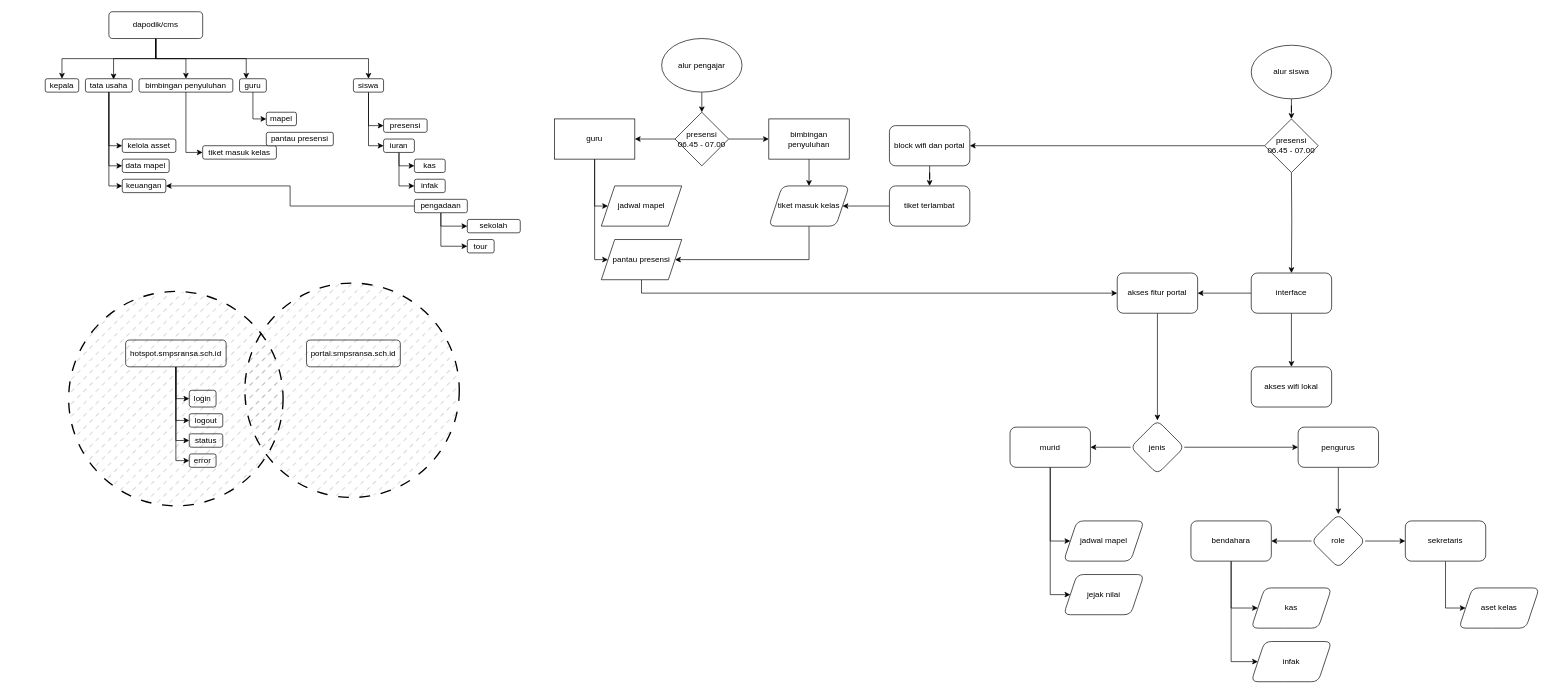
Above: Diagram Tanpa Judul.drawio in saristek/portal (draw.io), before the change. Source tidied: cells renumbered, new cells numbered last; positions are measured from the earlier drawing's top-left corner, leaving out a move shared by most shapes. Both pictures are drawn from the tidied source at 67%, with x=0, y=0 at pixel (45, 11).
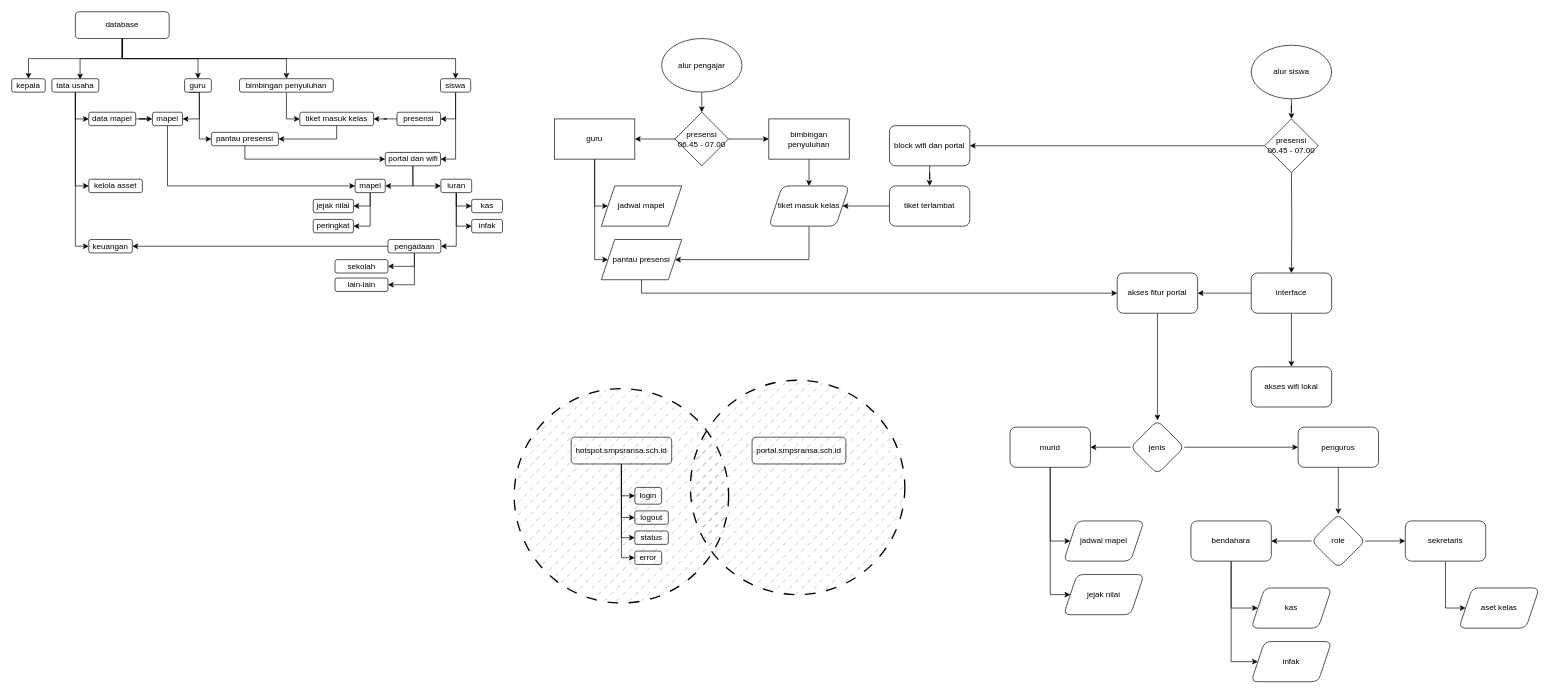
Above is the later version.

Diff of the diagram source:
```diff
@@
     <mxCell id="2" value="portal.smpsransa.sch.id" style="rounded=1;whiteSpace=wrap;html=1;" parent="1" vertex="1">
-      <mxGeometry x="390" y="490" width="140" height="40" as="geometry" />
+      <mxGeometry x="1055" y="635" width="140" height="40" as="geometry" />
     </mxCell>
@@
     <mxCell id="7" value="hotspot.smpsransa.sch.id" style="rounded=1;whiteSpace=wrap;html=1;" parent="1" vertex="1">
-      <mxGeometry x="120" y="490" width="150" height="40" as="geometry" />
+      <mxGeometry x="785" y="635" width="150" height="40" as="geometry" />
     </mxCell>
     <mxCell id="8" value="login" style="rounded=1;whiteSpace=wrap;html=1;" parent="1" vertex="1">
-      <mxGeometry x="215" y="565" width="40" height="25" as="geometry" />
+      <mxGeometry x="880" y="710" width="40" height="25" as="geometry" />
     </mxCell>
     <mxCell id="9" value="logout" style="rounded=1;whiteSpace=wrap;html=1;" parent="1" vertex="1">
-      <mxGeometry x="215" y="600" width="50" height="20" as="geometry" />
+      <mxGeometry x="880" y="745" width="50" height="20" as="geometry" />
     </mxCell>
     <mxCell id="10" value="status" style="rounded=1;whiteSpace=wrap;html=1;" parent="1" vertex="1">
-      <mxGeometry x="215" y="630" width="50" height="20" as="geometry" />
+      <mxGeometry x="880" y="775" width="50" height="20" as="geometry" />
     </mxCell>
     <mxCell id="11" value="error" style="rounded=1;whiteSpace=wrap;html=1;" parent="1" vertex="1">
-      <mxGeometry x="215" y="660" width="40" height="20" as="geometry" />
+      <mxGeometry x="880" y="805" width="40" height="20" as="geometry" />
     </mxCell>
@@
-    <mxCell id="14" style="edgeStyle=orthogonalEdgeStyle;rounded=0;jettySize=auto;html=1;exitX=0.5;exitY=1;exitDx=0;exitDy=0;entryX=0.25;entryY=0;entryDx=0;entryDy=0;" parent="1" edge="1" source="16" target="21">
+    <mxCell id="14" style="edgeStyle=orthogonalEdgeStyle;rounded=0;jettySize=auto;html=1;exitX=0.5;exitY=1;exitDx=0;exitDy=0;entryX=0.5;entryY=0;entryDx=0;entryDy=0;" parent="1" edge="1" source="16" target="21">
       <mxGeometry relative="1" as="geometry" />
     </mxCell>
@@
-    <mxCell id="16" value="dapodik/cms" style="rounded=1;whiteSpace=wrap;html=1;" parent="1" vertex="1">
-      <mxGeometry x="95" width="140" height="40" as="geometry" />
+    <mxCell id="16" value="database" style="rounded=1;whiteSpace=wrap;html=1;" parent="1" vertex="1">
+      <mxGeometry x="45" width="140" height="40" as="geometry" />
     </mxCell>
-    <mxCell id="17" style="group;" parent="1" vertex="1">
-      <mxGeometry y="100" width="330" height="20" as="geometry" />
-    </mxCell>
-    <mxCell id="18" value="kepala" style="rounded=1;whiteSpace=wrap;html=1;" parent="17" vertex="1">
-      <mxGeometry width="50" height="20" as="geometry" />
-    </mxCell>
-    <mxCell id="19" value="tata usaha" style="rounded=1;whiteSpace=wrap;html=1;" parent="17" vertex="1">
-      <mxGeometry x="60" width="70" height="20" as="geometry" />
-    </mxCell>
-    <mxCell id="20" value="bimbingan penyuluhan" style="rounded=1;whiteSpace=wrap;html=1;" parent="17" vertex="1">
-      <mxGeometry x="140" width="140" height="20" as="geometry" />
-    </mxCell>
-    <mxCell id="21" value="guru" style="rounded=1;whiteSpace=wrap;html=1;" parent="17" vertex="1">
-      <mxGeometry x="290" width="40" height="20" as="geometry" />
-    </mxCell>
+    <mxCell id="102" style="edgeStyle=orthogonalEdgeStyle;rounded=0;jettySize=auto;html=1;exitX=0.5;exitY=1;exitDx=0;exitDy=0;entryX=0;entryY=0.5;entryDx=0;entryDy=0;" parent="1" edge="1" source="22" target="116">
+      <mxGeometry relative="1" as="geometry" />
+    </mxCell>
     <mxCell id="22" value="mapel" style="rounded=1;whiteSpace=wrap;html=1;" parent="1" vertex="1">
-      <mxGeometry x="330" y="150" width="45" height="20" as="geometry" />
+      <mxGeometry x="160" y="150" width="45" height="20" as="geometry" />
     </mxCell>
-    <mxCell id="23" style="edgeStyle=orthogonalEdgeStyle;rounded=0;jettySize=auto;html=1;exitX=0.5;exitY=1;exitDx=0;exitDy=0;entryX=0;entryY=0.5;entryDx=0;entryDy=0;" parent="1" edge="1" source="25" target="29">
+    <mxCell id="23" style="edgeStyle=orthogonalEdgeStyle;rounded=0;jettySize=auto;html=1;exitX=0.5;exitY=1;exitDx=0;exitDy=0;entryX=1;entryY=0.5;entryDx=0;entryDy=0;" parent="1" edge="1" source="25" target="29">
       <mxGeometry relative="1" as="geometry" />
     </mxCell>
-    <mxCell id="24" style="edgeStyle=orthogonalEdgeStyle;rounded=0;jettySize=auto;html=1;exitX=0.5;exitY=1;exitDx=0;exitDy=0;entryX=0;entryY=0.5;entryDx=0;entryDy=0;" parent="1" edge="1" source="25" target="28">
-      <mxGeometry relative="1" as="geometry" />
-    </mxCell>
+    <mxCell id="103" style="edgeStyle=orthogonalEdgeStyle;rounded=0;jettySize=auto;html=1;exitX=0.5;exitY=1;exitDx=0;exitDy=0;entryX=1;entryY=0.5;entryDx=0;entryDy=0;" parent="1" edge="1" source="25" target="113">
+      <mxGeometry relative="1" as="geometry" />
+    </mxCell>
     <mxCell id="25" value="siswa" style="rounded=1;whiteSpace=wrap;html=1;" parent="1" vertex="1">
-      <mxGeometry x="460" y="100" width="45" height="20" as="geometry" />
+      <mxGeometry x="590" y="100" width="45" height="20" as="geometry" />
     </mxCell>
     <mxCell id="26" style="edgeStyle=orthogonalEdgeStyle;rounded=0;jettySize=auto;html=1;exitX=0.5;exitY=1;exitDx=0;exitDy=0;entryX=0;entryY=0.5;entryDx=0;entryDy=0;" parent="1" edge="1" source="28" target="92">
       <mxGeometry relative="1" as="geometry">
         <Array as="points">
-          <mxPoint x="528" y="230" />
+          <mxPoint x="613.5" y="290" />
         </Array>
       </mxGeometry>
     </mxCell>
@@
+    <mxCell id="104" style="edgeStyle=orthogonalEdgeStyle;rounded=0;jettySize=auto;html=1;exitX=0.5;exitY=1;exitDx=0;exitDy=0;entryX=1;entryY=0.5;entryDx=0;entryDy=0;" parent="1" edge="1" source="28" target="97">
+      <mxGeometry relative="1" as="geometry" />
+    </mxCell>
     <mxCell id="28" value="iuran" style="rounded=1;whiteSpace=wrap;html=1;" parent="1" vertex="1">
-      <mxGeometry x="505" y="190" width="46" height="20" as="geometry" />
+      <mxGeometry x="590.5" y="250" width="46" height="20" as="geometry" />
     </mxCell>
+    <mxCell id="105" style="edgeStyle=orthogonalEdgeStyle;rounded=0;jettySize=auto;html=1;" parent="1" edge="1" source="29" target="32">
+      <mxGeometry relative="1" as="geometry" />
+    </mxCell>
     <mxCell id="29" value="presensi" style="rounded=1;whiteSpace=wrap;html=1;" parent="1" vertex="1">
-      <mxGeometry x="505" y="160" width="65" height="20" as="geometry" />
+      <mxGeometry x="525" y="150" width="65" height="20" as="geometry" />
     </mxCell>
     <mxCell id="30" value="kelola asset" style="rounded=1;whiteSpace=wrap;html=1;" parent="1" vertex="1">
-      <mxGeometry x="115" y="190" width="80" height="20" as="geometry" />
+      <mxGeometry x="65" y="250" width="80" height="20" as="geometry" />
     </mxCell>
+    <mxCell id="106" style="edgeStyle=orthogonalEdgeStyle;rounded=0;jettySize=auto;html=1;" parent="1" edge="1" source="31" target="22">
+      <mxGeometry relative="1" as="geometry" />
+    </mxCell>
     <mxCell id="31" value="data mapel" style="rounded=1;whiteSpace=wrap;html=1;" parent="1" vertex="1">
-      <mxGeometry x="115" y="220" width="70" height="20" as="geometry" />
+      <mxGeometry x="65" y="150" width="70" height="20" as="geometry" />
     </mxCell>
+    <mxCell id="107" style="edgeStyle=orthogonalEdgeStyle;rounded=0;jettySize=auto;html=1;exitX=0.5;exitY=1;exitDx=0;exitDy=0;entryX=1;entryY=0.5;entryDx=0;entryDy=0;" parent="1" edge="1" source="32" target="91">
+      <mxGeometry relative="1" as="geometry" />
+    </mxCell>
     <mxCell id="32" value="tiket masuk kelas" style="rounded=1;whiteSpace=wrap;html=1;" parent="1" vertex="1">
-      <mxGeometry x="235" y="200" width="110" height="20" as="geometry" />
+      <mxGeometry x="380" y="150" width="110" height="20" as="geometry" />
     </mxCell>
@@
-    <mxCell id="34" style="edgeStyle=orthogonalEdgeStyle;rounded=0;jettySize=auto;html=1;exitX=0.5;exitY=1;exitDx=0;exitDy=0;entryX=0;entryY=0.5;entryDx=0;entryDy=0;" parent="1" edge="1" source="21" target="22">
-      <mxGeometry relative="1" as="geometry" />
+    <mxCell id="34" style="edgeStyle=orthogonalEdgeStyle;rounded=0;jettySize=auto;html=1;exitX=0.5;exitY=1;exitDx=0;exitDy=0;entryX=1;entryY=0.5;entryDx=0;entryDy=0;" parent="1" edge="1" target="22">
+      <mxGeometry relative="1" as="geometry">
+        <mxPoint x="215" y="120" as="sourcePoint" />
+        <Array as="points">
+          <mxPoint x="230" y="120" />
+          <mxPoint x="230" y="160" />
+        </Array>
+      </mxGeometry>
     </mxCell>
@@
     <mxCell id="38" style="ellipse;whiteSpace=wrap;html=1;fillStyle=dashed;fillColor=#333333;strokeColor=default;dashed=1;dashPattern=8 8;gradientColor=none;shadow=0;strokeWidth=2;fillOpacity=20;" parent="1" vertex="1">
-      <mxGeometry x="35" y="417.5" width="320" height="320" as="geometry" />
+      <mxGeometry x="700" y="562.5" width="320" height="320" as="geometry" />
     </mxCell>
     <mxCell id="39" style="ellipse;whiteSpace=wrap;html=1;fillStyle=dashed;fillColor=#333333;strokeColor=default;dashed=1;dashPattern=8 8;gradientColor=none;shadow=0;strokeWidth=2;fillOpacity=20;" parent="1" vertex="1">
-      <mxGeometry x="298" y="405" width="320" height="320" as="geometry" />
+      <mxGeometry x="963" y="550" width="320" height="320" as="geometry" />
     </mxCell>
@@
+    <mxCell id="108" style="edgeStyle=orthogonalEdgeStyle;rounded=0;jettySize=auto;html=1;exitX=0.5;exitY=1;exitDx=0;exitDy=0;entryX=0;entryY=0.5;entryDx=0;entryDy=0;" parent="1" edge="1" source="91" target="113">
+      <mxGeometry relative="1" as="geometry" />
+    </mxCell>
     <mxCell id="91" value="pantau presensi" style="rounded=1;whiteSpace=wrap;html=1;" parent="1" vertex="1">
-      <mxGeometry x="330" y="180" width="100" height="20" as="geometry" />
+      <mxGeometry x="248" y="180" width="100" height="20" as="geometry" />
     </mxCell>
     <mxCell id="92" value="kas" style="rounded=1;whiteSpace=wrap;html=1;" parent="1" vertex="1">
-      <mxGeometry x="551" y="220" width="46" height="20" as="geometry" />
+      <mxGeometry x="636.5" y="280" width="46" height="20" as="geometry" />
     </mxCell>
     <mxCell id="93" value="infak" style="rounded=1;whiteSpace=wrap;html=1;" parent="1" vertex="1">
-      <mxGeometry x="551" y="250" width="46" height="20" as="geometry" />
+      <mxGeometry x="636.5" y="310" width="46" height="20" as="geometry" />
     </mxCell>
@@
-    <mxCell id="95" style="edgeStyle=orthogonalEdgeStyle;rounded=0;jettySize=auto;html=1;exitX=0.5;exitY=1;exitDx=0;exitDy=0;entryX=0;entryY=0.5;entryDx=0;entryDy=0;" parent="1" edge="1" source="97" target="98">
+    <mxCell id="95" style="edgeStyle=orthogonalEdgeStyle;rounded=0;jettySize=auto;html=1;exitX=0.5;exitY=1;exitDx=0;exitDy=0;entryX=1;entryY=0.5;entryDx=0;entryDy=0;" parent="1" edge="1" source="97" target="98">
       <mxGeometry relative="1" as="geometry" />
     </mxCell>
-    <mxCell id="96" style="edgeStyle=orthogonalEdgeStyle;rounded=0;jettySize=auto;html=1;exitX=0.5;exitY=1;exitDx=0;exitDy=0;entryX=0;entryY=0.5;entryDx=0;entryDy=0;" parent="1" edge="1" source="97" target="99">
-      <mxGeometry relative="1" as="geometry" />
-    </mxCell>
+    <mxCell id="109" style="edgeStyle=orthogonalEdgeStyle;rounded=0;jettySize=auto;html=1;exitX=0.5;exitY=1;exitDx=0;exitDy=0;entryX=1;entryY=0.5;entryDx=0;entryDy=0;" parent="1" edge="1" source="97" target="119">
+      <mxGeometry relative="1" as="geometry" />
+    </mxCell>
     <mxCell id="97" value="pengadaan" style="rounded=1;whiteSpace=wrap;html=1;" parent="1" vertex="1">
-      <mxGeometry x="551" y="280" width="79" height="20" as="geometry" />
+      <mxGeometry x="511.5" y="340" width="79" height="20" as="geometry" />
     </mxCell>
     <mxCell id="98" value="sekolah" style="rounded=1;whiteSpace=wrap;html=1;" parent="1" vertex="1">
-      <mxGeometry x="630" y="310" width="79" height="20" as="geometry" />
+      <mxGeometry x="432.5" y="370" width="79" height="20" as="geometry" />
     </mxCell>
-    <mxCell id="99" value="tour" style="rounded=1;whiteSpace=wrap;html=1;" parent="1" vertex="1">
-      <mxGeometry x="630" y="340" width="40" height="20" as="geometry" />
-    </mxCell>
     <mxCell id="100" value="keuangan" style="rounded=1;whiteSpace=wrap;html=1;" parent="1" vertex="1">
-      <mxGeometry x="115" y="250" width="65" height="20" as="geometry" />
+      <mxGeometry x="65" y="340" width="65" height="20" as="geometry" />
     </mxCell>
@@
+    <mxCell id="110" style="edgeStyle=orthogonalEdgeStyle;rounded=0;jettySize=auto;html=1;exitX=0.5;exitY=1;exitDx=0;exitDy=0;entryX=0;entryY=0.5;entryDx=0;entryDy=0;" parent="1" edge="1" target="91">
+      <mxGeometry relative="1" as="geometry">
+        <mxPoint x="215" y="120" as="sourcePoint" />
+        <Array as="points">
+          <mxPoint x="230" y="120" />
+          <mxPoint x="230" y="190" />
+        </Array>
+      </mxGeometry>
+    </mxCell>
+    <mxCell id="18" value="kepala" style="rounded=1;whiteSpace=wrap;html=1;" parent="1" vertex="1">
+      <mxGeometry x="-50" y="100" width="50" height="20" as="geometry" />
+    </mxCell>
+    <mxCell id="19" value="tata usaha" style="rounded=1;whiteSpace=wrap;html=1;" parent="1" vertex="1">
+      <mxGeometry x="10" y="100" width="70" height="20" as="geometry" />
+    </mxCell>
+    <mxCell id="20" value="bimbingan penyuluhan" style="rounded=1;whiteSpace=wrap;html=1;" parent="1" vertex="1">
+      <mxGeometry x="290" y="100" width="140" height="20" as="geometry" />
+    </mxCell>
+    <mxCell id="21" value="guru" style="rounded=1;whiteSpace=wrap;html=1;" parent="1" vertex="1">
+      <mxGeometry x="208" y="100" width="40" height="20" as="geometry" />
+    </mxCell>
+    <mxCell id="111" style="edgeStyle=orthogonalEdgeStyle;rounded=0;jettySize=auto;html=1;exitX=0.5;exitY=1;exitDx=0;exitDy=0;entryX=0;entryY=0.5;entryDx=0;entryDy=0;" parent="1" edge="1" source="113" target="28">
+      <mxGeometry relative="1" as="geometry" />
+    </mxCell>
+    <mxCell id="112" style="edgeStyle=orthogonalEdgeStyle;rounded=0;jettySize=auto;html=1;exitX=0.5;exitY=1;exitDx=0;exitDy=0;entryX=1;entryY=0.5;entryDx=0;entryDy=0;" parent="1" edge="1" source="113" target="116">
+      <mxGeometry relative="1" as="geometry" />
+    </mxCell>
+    <mxCell id="113" value="portal dan wifi" style="rounded=1;whiteSpace=wrap;html=1;" parent="1" vertex="1">
+      <mxGeometry x="507.5" y="210" width="82.5" height="20" as="geometry" />
+    </mxCell>
+    <mxCell id="114" style="edgeStyle=orthogonalEdgeStyle;rounded=0;jettySize=auto;html=1;exitX=0.5;exitY=1;exitDx=0;exitDy=0;entryX=1;entryY=0.5;entryDx=0;entryDy=0;" parent="1" edge="1" source="116" target="117">
+      <mxGeometry relative="1" as="geometry">
+        <Array as="points">
+          <mxPoint x="485" y="290" />
+        </Array>
+      </mxGeometry>
+    </mxCell>
+    <mxCell id="115" style="edgeStyle=orthogonalEdgeStyle;rounded=0;jettySize=auto;html=1;exitX=0.5;exitY=1;exitDx=0;exitDy=0;entryX=1;entryY=0.5;entryDx=0;entryDy=0;" parent="1" edge="1" source="116" target="118">
+      <mxGeometry relative="1" as="geometry" />
+    </mxCell>
+    <mxCell id="116" value="mapel" style="rounded=1;whiteSpace=wrap;html=1;" parent="1" vertex="1">
+      <mxGeometry x="462.5" y="250" width="45" height="20" as="geometry" />
+    </mxCell>
+    <mxCell id="117" value="jejak nilai" style="rounded=1;whiteSpace=wrap;html=1;" parent="1" vertex="1">
+      <mxGeometry x="400" y="280" width="60" height="20" as="geometry" />
+    </mxCell>
+    <mxCell id="118" value="peringkat" style="rounded=1;whiteSpace=wrap;html=1;" parent="1" vertex="1">
+      <mxGeometry x="400" y="310" width="60" height="20" as="geometry" />
+    </mxCell>
+    <mxCell id="119" value="lain-lain" style="rounded=1;whiteSpace=wrap;html=1;" parent="1" vertex="1">
+      <mxGeometry x="432.5" y="397.5" width="79" height="20" as="geometry" />
+    </mxCell>
```
